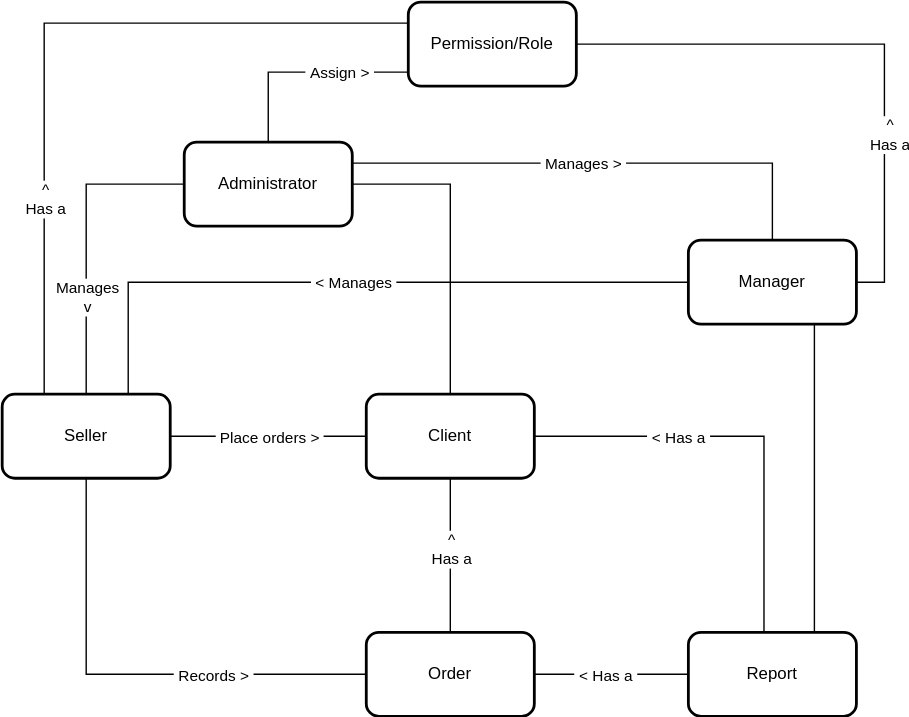
renatabrasil/ninja-fabric-sail keeps this draw.io diagram as docs/conceptual_map.svg. Above is the earlier version. Source tidied: cells renumbered, new cells last; positions are measured from the earlier drawing's top-left corner, leaving out a move shared by most shapes.
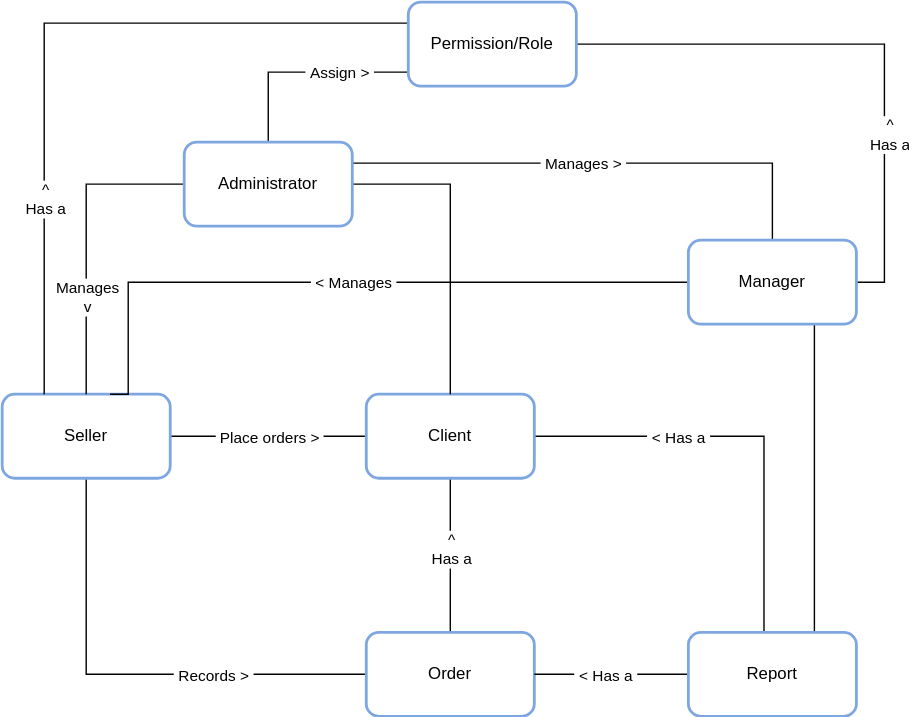
Above is the later version.

Commit message:
Adding conceptual maps

What changed in the source:
```diff
@@ -13,7 +13,7 @@
         <mxPoint x="13" y="-1" as="offset" />
       </mxGeometry>
     </mxCell>
-    <mxCell id="5" value="Seller" style="rounded=1;whiteSpace=wrap;html=1;strokeWidth=2;" parent="1" vertex="1">
+    <mxCell id="5" value="Seller" style="rounded=1;whiteSpace=wrap;html=1;strokeWidth=2;strokeColor=#7EA6E0;" parent="1" vertex="1">
       <mxGeometry y="280" width="120" height="60" as="geometry" />
     </mxCell>
     <mxCell id="6" style="edgeStyle=orthogonalEdgeStyle;rounded=0;jettySize=auto;html=1;exitX=0.5;exitY=1;exitDx=0;exitDy=0;endArrow=none;endFill=0;" parent="1" edge="1" source="10" target="20">
@@ -35,7 +35,7 @@
     <mxCell id="9" value="&amp;nbsp;&amp;lt; Has a&amp;nbsp;" style="edgeLabel;html=1;align=center;verticalAlign=middle;" parent="8" vertex="1">
       <mxGeometry x="-0.27" relative="1" as="geometry" />
     </mxCell>
-    <mxCell id="10" value="Client" style="rounded=1;whiteSpace=wrap;html=1;strokeWidth=2;" parent="1" vertex="1">
+    <mxCell id="10" value="Client" style="rounded=1;whiteSpace=wrap;html=1;strokeWidth=2;strokeColor=#7EA6E0;" parent="1" vertex="1">
       <mxGeometry x="260" y="280" width="120" height="60" as="geometry" />
     </mxCell>
     <mxCell id="11" style="edgeStyle=orthogonalEdgeStyle;rounded=0;jettySize=auto;html=1;exitX=0;exitY=0.5;exitDx=0;exitDy=0;entryX=0.5;entryY=0;entryDx=0;entryDy=0;endArrow=none;endFill=0;" parent="1" edge="1" source="19" target="5">
@@ -77,10 +77,10 @@
         <mxPoint x="10" as="offset" />
       </mxGeometry>
     </mxCell>
-    <mxCell id="19" value="Administrator" style="rounded=1;whiteSpace=wrap;html=1;strokeWidth=2;" parent="1" vertex="1">
+    <mxCell id="19" value="Administrator" style="rounded=1;whiteSpace=wrap;html=1;strokeWidth=2;strokeColor=#7EA6E0;" parent="1" vertex="1">
       <mxGeometry x="130" y="100" width="120" height="60" as="geometry" />
     </mxCell>
-    <mxCell id="20" value="Order" style="rounded=1;whiteSpace=wrap;html=1;strokeWidth=2;" parent="1" vertex="1">
+    <mxCell id="20" value="Order" style="rounded=1;whiteSpace=wrap;html=1;strokeWidth=2;strokeColor=#7EA6E0;" parent="1" vertex="1">
       <mxGeometry x="260" y="450" width="120" height="60" as="geometry" />
     </mxCell>
     <mxCell id="21" style="edgeStyle=orthogonalEdgeStyle;rounded=0;jettySize=auto;html=1;exitX=0;exitY=0.5;exitDx=0;exitDy=0;endArrow=none;endFill=0;" parent="1" edge="1" source="26">
@@ -106,7 +106,7 @@
     <mxCell id="25" value="^&lt;br&gt;Has a" style="edgeLabel;html=1;align=center;verticalAlign=middle;" parent="24" vertex="1">
       <mxGeometry x="-0.39" y="-3" relative="1" as="geometry" />
     </mxCell>
-    <mxCell id="26" value="Manager" style="rounded=1;whiteSpace=wrap;html=1;strokeWidth=2;" parent="1" vertex="1">
+    <mxCell id="26" value="Manager" style="rounded=1;whiteSpace=wrap;html=1;strokeWidth=2;strokeColor=#7EA6E0;" parent="1" vertex="1">
       <mxGeometry x="490" y="170" width="120" height="60" as="geometry" />
     </mxCell>
     <mxCell id="27" style="edgeStyle=orthogonalEdgeStyle;rounded=0;jettySize=auto;html=1;exitX=0;exitY=0.25;exitDx=0;exitDy=0;entryX=0.25;entryY=0;entryDx=0;entryDy=0;endArrow=none;endFill=0;" parent="1" edge="1" source="29" target="5">
@@ -117,7 +117,7 @@
         <mxPoint x="-100" y="124" as="offset" />
       </mxGeometry>
     </mxCell>
-    <mxCell id="29" value="Permission/Role" style="rounded=1;whiteSpace=wrap;html=1;strokeWidth=2;" parent="1" vertex="1">
+    <mxCell id="29" value="Permission/Role" style="rounded=1;whiteSpace=wrap;html=1;strokeWidth=2;strokeColor=#7EA6E0;" parent="1" vertex="1">
       <mxGeometry x="290" width="120" height="60" as="geometry" />
     </mxCell>
     <mxCell id="30" style="edgeStyle=orthogonalEdgeStyle;rounded=0;jettySize=auto;html=1;exitX=0;exitY=0.5;exitDx=0;exitDy=0;entryX=1;entryY=0.5;entryDx=0;entryDy=0;endArrow=none;endFill=0;" parent="1" edge="1" source="32" target="20">
@@ -128,7 +128,7 @@
         <mxPoint x="7" y="3" as="offset" />
       </mxGeometry>
     </mxCell>
-    <mxCell id="32" value="Report" style="rounded=1;whiteSpace=wrap;html=1;strokeWidth=2;" parent="1" vertex="1">
+    <mxCell id="32" value="Report" style="rounded=1;whiteSpace=wrap;html=1;strokeWidth=2;strokeColor=#7EA6E0;" parent="1" vertex="1">
       <mxGeometry x="490" y="450" width="120" height="60" as="geometry" />
     </mxCell>
   </root>
```
